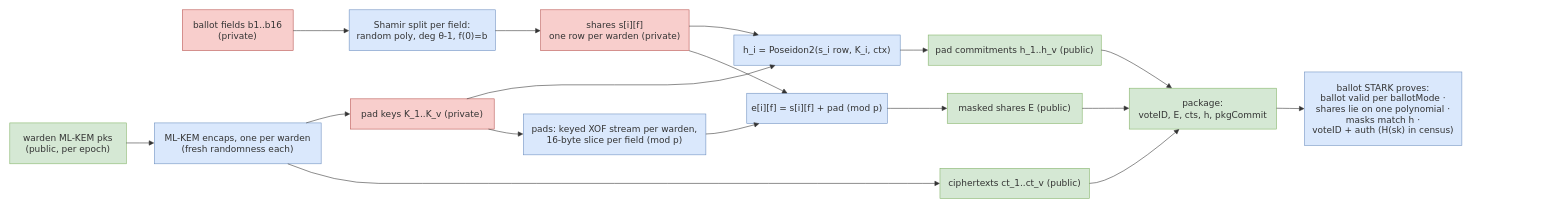
Before: v3-pq/figures/src/ballot-package.drawio in vocdoni/davinci-paper, a draw.io diagram. Source tidied: cells renumbered, new cells numbered last; positions are measured from the earlier drawing's top-left corner, leaving out a move shared by most shapes. Both pictures are drawn from the tidied source at 56%, with x=0, y=0 at pixel (10, 10).
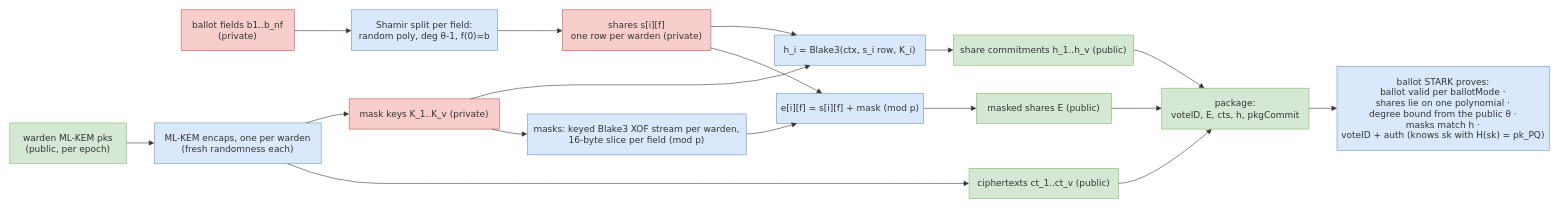
The same page after the edit.

The change refers to these unchanged cells:
```xml
<mxCell id="6" value="ML-KEM encaps, one per warden&#10;(fresh randomness each)" style="html=1;whiteSpace=wrap;strokeWidth=1;fillColor=#dae8fc;strokeColor=#6c8ebf;fontColor=light-dark(#333333,#cccccc);fontFamily=Trebuchet MS,Verdana,Arial,sans-serif;fontSize=16;" parent="1" vertex="1">
  <mxGeometry x="258" y="202" width="298" height="73" as="geometry" />
</mxCell>
```

Change to the diagram source:
```diff
@@
-    <mxCell id="2" value="ballot fields b1..b16&#10;(private)" style="html=1;whiteSpace=wrap;strokeWidth=1;fillColor=#f8cecc;strokeColor=#b85450;fontColor=light-dark(#333333,#cccccc);fontFamily=Trebuchet MS,Verdana,Arial,sans-serif;fontSize=16;" parent="1" vertex="1">
-      <mxGeometry x="308" width="198" height="73" as="geometry" />
+    <mxCell id="2" value="ballot fields b1..b_nf&#10;(private)" style="html=1;whiteSpace=wrap;strokeWidth=1;fillColor=#f8cecc;strokeColor=#b85450;fontColor=light-dark(#333333,#cccccc);fontFamily=Trebuchet MS,Verdana,Arial,sans-serif;fontSize=16;" parent="1" vertex="1">
+      <mxGeometry x="306" width="202" height="73" as="geometry" />
     </mxCell>
     <mxCell id="3" value="Shamir split per field:&#10;random poly, deg θ-1, f(0)=b" style="html=1;whiteSpace=wrap;strokeWidth=1;fillColor=#dae8fc;strokeColor=#6c8ebf;fontColor=light-dark(#333333,#cccccc);fontFamily=Trebuchet MS,Verdana,Arial,sans-serif;fontSize=16;" parent="1" vertex="1">
-      <mxGeometry x="606" width="261" height="73" as="geometry" />
+      <mxGeometry x="610" width="261" height="73" as="geometry" />
     </mxCell>
     <mxCell id="4" value="shares s[i][f]&#10;one row per warden (private)" style="html=1;whiteSpace=wrap;strokeWidth=1;fillColor=#f8cecc;strokeColor=#b85450;fontColor=light-dark(#333333,#cccccc);fontFamily=Trebuchet MS,Verdana,Arial,sans-serif;fontSize=16;" parent="1" vertex="1">
-      <mxGeometry x="948" width="265" height="73" as="geometry" />
+      <mxGeometry x="987" width="265" height="73" as="geometry" />
     </mxCell>
@@
     <mxCell id="7" value="ciphertexts ct_1..ct_v (public)" style="html=1;whiteSpace=wrap;strokeWidth=1;fillColor=#d5e8d4;strokeColor=#82b366;fontColor=light-dark(#333333,#cccccc);fontFamily=Trebuchet MS,Verdana,Arial,sans-serif;fontSize=16;" parent="1" vertex="1">
-      <mxGeometry x="1661" y="283" width="267" height="54" as="geometry" />
+      <mxGeometry x="1713" y="283" width="267" height="54" as="geometry" />
     </mxCell>
-    <mxCell id="8" value="pad keys K_1..K_v (private)" style="html=1;whiteSpace=wrap;strokeWidth=1;fillColor=#f8cecc;strokeColor=#b85450;fontColor=light-dark(#333333,#cccccc);fontFamily=Trebuchet MS,Verdana,Arial,sans-serif;fontSize=16;" parent="1" vertex="1">
-      <mxGeometry x="608" y="159" width="257" height="54" as="geometry" />
+    <mxCell id="8" value="mask keys K_1..K_v (private)" style="html=1;whiteSpace=wrap;strokeWidth=1;fillColor=#f8cecc;strokeColor=#b85450;fontColor=light-dark(#333333,#cccccc);fontFamily=Trebuchet MS,Verdana,Arial,sans-serif;fontSize=16;" parent="1" vertex="1">
+      <mxGeometry x="606" y="159" width="268" height="54" as="geometry" />
     </mxCell>
-    <mxCell id="9" value="pads: keyed XOF stream per warden,&#10;16-byte slice per field (mod p)" style="html=1;whiteSpace=wrap;strokeWidth=1;fillColor=#dae8fc;strokeColor=#6c8ebf;fontColor=light-dark(#333333,#cccccc);fontFamily=Trebuchet MS,Verdana,Arial,sans-serif;fontSize=16;" parent="1" vertex="1">
-      <mxGeometry x="917" y="186" width="326" height="73" as="geometry" />
+    <mxCell id="9" value="masks: keyed Blake3 XOF stream per warden,&#10;16-byte slice per field (mod p)" style="html=1;whiteSpace=wrap;strokeWidth=1;fillColor=#dae8fc;strokeColor=#6c8ebf;fontColor=light-dark(#333333,#cccccc);fontFamily=Trebuchet MS,Verdana,Arial,sans-serif;fontSize=16;" parent="1" vertex="1">
+      <mxGeometry x="924" y="186" width="391" height="73" as="geometry" />
     </mxCell>
-    <mxCell id="10" value="e[i][f] = s[i][f] + pad (mod p)" style="html=1;whiteSpace=wrap;strokeWidth=1;fillColor=#dae8fc;strokeColor=#6c8ebf;fontColor=light-dark(#333333,#cccccc);fontFamily=Trebuchet MS,Verdana,Arial,sans-serif;fontSize=16;" parent="1" vertex="1">
-      <mxGeometry x="1316" y="149" width="251" height="54" as="geometry" />
+    <mxCell id="10" value="e[i][f] = s[i][f] + mask (mod p)" style="html=1;whiteSpace=wrap;strokeWidth=1;fillColor=#dae8fc;strokeColor=#6c8ebf;fontColor=light-dark(#333333,#cccccc);fontFamily=Trebuchet MS,Verdana,Arial,sans-serif;fontSize=16;" parent="1" vertex="1">
+      <mxGeometry x="1369" y="149" width="263" height="54" as="geometry" />
     </mxCell>
     <mxCell id="11" value="masked shares E (public)" style="html=1;whiteSpace=wrap;strokeWidth=1;fillColor=#d5e8d4;strokeColor=#82b366;fontColor=light-dark(#333333,#cccccc);fontFamily=Trebuchet MS,Verdana,Arial,sans-serif;fontSize=16;" parent="1" vertex="1">
-      <mxGeometry x="1674" y="149" width="241" height="54" as="geometry" />
+      <mxGeometry x="1726" y="149" width="241" height="54" as="geometry" />
     </mxCell>
-    <mxCell id="12" value="h_i = Poseidon2(s_i row, K_i, ctx)" style="html=1;whiteSpace=wrap;strokeWidth=1;fillColor=#dae8fc;strokeColor=#6c8ebf;fontColor=light-dark(#333333,#cccccc);fontFamily=Trebuchet MS,Verdana,Arial,sans-serif;fontSize=16;" parent="1" vertex="1">
-      <mxGeometry x="1293" y="45" width="297" height="54" as="geometry" />
+    <mxCell id="12" value="h_i = Blake3(ctx, s_i row, K_i)" style="html=1;whiteSpace=wrap;strokeWidth=1;fillColor=#dae8fc;strokeColor=#6c8ebf;fontColor=light-dark(#333333,#cccccc);fontFamily=Trebuchet MS,Verdana,Arial,sans-serif;fontSize=16;" parent="1" vertex="1">
+      <mxGeometry x="1365" y="45" width="270" height="54" as="geometry" />
     </mxCell>
-    <mxCell id="13" value="pad commitments h_1..h_v (public)" style="html=1;whiteSpace=wrap;strokeWidth=1;fillColor=#d5e8d4;strokeColor=#82b366;fontColor=light-dark(#333333,#cccccc);fontFamily=Trebuchet MS,Verdana,Arial,sans-serif;fontSize=16;" parent="1" vertex="1">
-      <mxGeometry x="1640" y="45" width="309" height="54" as="geometry" />
+    <mxCell id="13" value="share commitments h_1..h_v (public)" style="html=1;whiteSpace=wrap;strokeWidth=1;fillColor=#d5e8d4;strokeColor=#82b366;fontColor=light-dark(#333333,#cccccc);fontFamily=Trebuchet MS,Verdana,Arial,sans-serif;fontSize=16;" parent="1" vertex="1">
+      <mxGeometry x="1685" y="45" width="322" height="54" as="geometry" />
     </mxCell>
     <mxCell id="14" value="package:&#10;voteID, E, cts, h, pkgCommit" style="html=1;whiteSpace=wrap;strokeWidth=1;fillColor=#d5e8d4;strokeColor=#82b366;fontColor=light-dark(#333333,#cccccc);fontFamily=Trebuchet MS,Verdana,Arial,sans-serif;fontSize=16;" parent="1" vertex="1">
-      <mxGeometry x="1999" y="140" width="263" height="73" as="geometry" />
+      <mxGeometry x="2057" y="140" width="263" height="73" as="geometry" />
     </mxCell>
-    <mxCell id="15" value="ballot STARK proves:&#10;ballot valid per ballotMode ·&#10;shares lie on one polynomial ·&#10;masks match h ·&#10;voteID + auth (H(sk) in census)" style="html=1;whiteSpace=wrap;strokeWidth=1;fillColor=#dae8fc;strokeColor=#6c8ebf;fontColor=light-dark(#333333,#cccccc);fontFamily=Trebuchet MS,Verdana,Arial,sans-serif;fontSize=16;" parent="1" vertex="1">
-      <mxGeometry x="2312" y="111" width="281" height="131" as="geometry" />
+    <mxCell id="15" value="ballot STARK proves:&#10;ballot valid per ballotMode ·&#10;shares lie on one polynomial ·&#10;degree bound from the public θ ·&#10;masks match h ·&#10;voteID + auth (knows sk with H(sk) = pk_PQ)" style="html=1;whiteSpace=wrap;strokeWidth=1;fillColor=#dae8fc;strokeColor=#6c8ebf;fontColor=light-dark(#333333,#cccccc);fontFamily=Trebuchet MS,Verdana,Arial,sans-serif;fontSize=16;" parent="1" vertex="1">
+      <mxGeometry x="2370" y="101" width="379" height="150" as="geometry" />
     </mxCell>
@@
     <mxCell id="19" style="curved=1;startArrow=none;endArrow=block;endSize=7;strokeColor=light-dark(#333333,#cccccc);exitX=0.8;exitY=1;entryX=0;entryY=0.5;" parent="1" edge="1" source="6" target="7">
       <mxGeometry relative="1" as="geometry">
         <Array as="points">
           <mxPoint x="581" y="310" />
-          <mxPoint x="737" y="310" />
-          <mxPoint x="892" y="310" />
-          <mxPoint x="1080" y="310" />
-          <mxPoint x="1268" y="310" />
-          <mxPoint x="1442" y="310" />
-          <mxPoint x="1615" y="310" />
+          <mxPoint x="740" y="310" />
+          <mxPoint x="899" y="310" />
+          <mxPoint x="1120" y="310" />
+          <mxPoint x="1340" y="310" />
+          <mxPoint x="1500" y="310" />
+          <mxPoint x="1660" y="310" />
         </Array>
       </mxGeometry>
     </mxCell>
@@
-    <mxCell id="21" style="curved=1;startArrow=none;endArrow=block;endSize=7;strokeColor=light-dark(#333333,#cccccc);exitX=0.96;exitY=1;entryX=0;entryY=0.49;" parent="1" edge="1" source="8" target="9">
+    <mxCell id="21" style="curved=1;startArrow=none;endArrow=block;endSize=7;strokeColor=light-dark(#333333,#cccccc);exitX=0.95;exitY=1;entryX=0;entryY=0.49;" parent="1" edge="1" source="8" target="9">
       <mxGeometry relative="1" as="geometry">
         <Array as="points">
-          <mxPoint x="892" y="222" />
+          <mxPoint x="899" y="222" />
         </Array>
       </mxGeometry>
     </mxCell>
-    <mxCell id="22" style="curved=1;startArrow=none;endArrow=block;endSize=7;strokeColor=light-dark(#333333,#cccccc);exitX=1;exitY=1;entryX=0.29;entryY=0;" parent="1" edge="1" source="4" target="10">
+    <mxCell id="22" style="curved=1;startArrow=none;endArrow=block;endSize=7;strokeColor=light-dark(#333333,#cccccc);exitX=1;exitY=0.93;entryX=0.31;entryY=0;" parent="1" edge="1" source="4" target="10">
       <mxGeometry relative="1" as="geometry">
         <Array as="points">
-          <mxPoint x="1268" y="89" />
+          <mxPoint x="1340" y="89" />
         </Array>
       </mxGeometry>
     </mxCell>
-    <mxCell id="23" style="curved=1;startArrow=none;endArrow=block;endSize=7;strokeColor=light-dark(#333333,#cccccc);exitX=1;exitY=0.49;entryX=0.09;entryY=1;" parent="1" edge="1" source="9" target="10">
+    <mxCell id="23" style="curved=1;startArrow=none;endArrow=block;endSize=7;strokeColor=light-dark(#333333,#cccccc);exitX=1;exitY=0.49;entryX=0.14;entryY=1;" parent="1" edge="1" source="9" target="10">
       <mxGeometry relative="1" as="geometry">
         <Array as="points">
-          <mxPoint x="1268" y="222" />
+          <mxPoint x="1340" y="222" />
         </Array>
       </mxGeometry>
     </mxCell>
@@
-    <mxCell id="25" style="curved=1;startArrow=none;endArrow=block;endSize=7;strokeColor=light-dark(#333333,#cccccc);exitX=1;exitY=0.4;entryX=0.15;entryY=0;" parent="1" edge="1" source="4" target="12">
+    <mxCell id="25" style="curved=1;startArrow=none;endArrow=block;endSize=7;strokeColor=light-dark(#333333,#cccccc);exitX=1;exitY=0.41;entryX=0.15;entryY=0;" parent="1" edge="1" source="4" target="12">
       <mxGeometry relative="1" as="geometry">
         <Array as="points">
-          <mxPoint x="1268" y="27" />
+          <mxPoint x="1340" y="27" />
         </Array>
       </mxGeometry>
     </mxCell>
-    <mxCell id="26" style="curved=1;startArrow=none;endArrow=block;endSize=7;strokeColor=light-dark(#333333,#cccccc);exitX=0.81;exitY=0;entryX=0.25;entryY=1;" parent="1" edge="1" source="8" target="12">
+    <mxCell id="26" style="curved=1;startArrow=none;endArrow=block;endSize=7;strokeColor=light-dark(#333333,#cccccc);exitX=0.81;exitY=0;entryX=0.24;entryY=1;" parent="1" edge="1" source="8" target="12">
       <mxGeometry relative="1" as="geometry">
         <Array as="points">
-          <mxPoint x="892" y="134" />
-          <mxPoint x="1080" y="134" />
-          <mxPoint x="1268" y="134" />
+          <mxPoint x="899" y="134" />
+          <mxPoint x="1120" y="134" />
+          <mxPoint x="1340" y="134" />
         </Array>
       </mxGeometry>
     </mxCell>
@@
     <mxCell id="29" style="curved=1;startArrow=none;endArrow=block;endSize=7;strokeColor=light-dark(#333333,#cccccc);exitX=1;exitY=0.5;entryX=0.34;entryY=1;" parent="1" edge="1" source="7" target="14">
       <mxGeometry relative="1" as="geometry">
         <Array as="points">
-          <mxPoint x="1974" y="310" />
+          <mxPoint x="2032" y="310" />
         </Array>
       </mxGeometry>
     </mxCell>
     <mxCell id="30" style="curved=1;startArrow=none;endArrow=block;endSize=7;strokeColor=light-dark(#333333,#cccccc);exitX=1;exitY=0.5;entryX=0.29;entryY=0;" parent="1" edge="1" source="13" target="14">
       <mxGeometry relative="1" as="geometry">
         <Array as="points">
-          <mxPoint x="1974" y="72" />
+          <mxPoint x="2032" y="72" />
         </Array>
       </mxGeometry>
     </mxCell>
```
